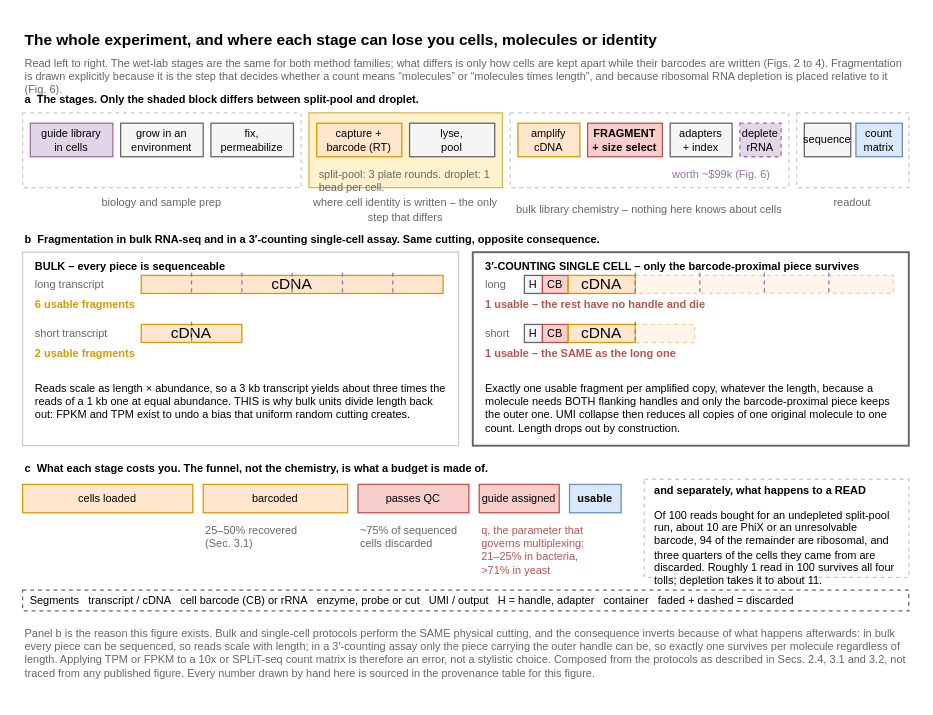
Mjvolk3/torchcell keeps this draw.io diagram as notes/assets/drawio/perturb-seq-workflow.drawio. Above is the earlier version. Source tidied: cells renumbered, new cells numbered last; positions are measured from the earlier drawing's top-left corner, leaving out a move shared by most shapes. Both pictures are drawn from the tidied source at 129%, with x=0, y=0 at pixel (22, 22).
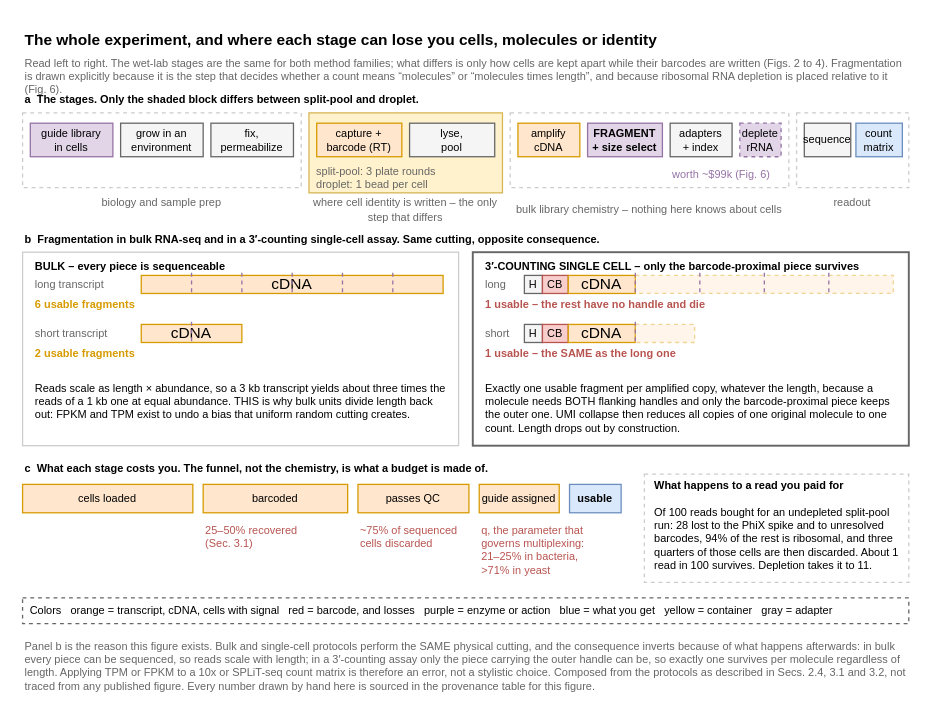
The same page after the edit.

Change to the diagram source:
```diff
@@
     <mxCell id="7" style="rounded=0;whiteSpace=wrap;html=1;fillColor=#FFF2CC;strokeColor=#D6B656;" parent="1" vertex="1">
-      <mxGeometry x="222" y="70" width="150" height="58" as="geometry" />
+      <mxGeometry x="222" y="70" width="150" height="62" as="geometry" />
     </mxCell>
@@
-    <mxCell id="19" value="FRAGMENT&#10;+ size select" style="rounded=0;whiteSpace=wrap;html=1;fillColor=#F8CECC;strokeColor=#B85450;fontFamily=Arial;fontSize=8.5;fontStyle=1;" parent="1" vertex="1">
+    <mxCell id="19" value="FRAGMENT&#10;+ size select" style="rounded=0;whiteSpace=wrap;html=1;fillColor=#E1D5E7;strokeColor=#9673A6;fontFamily=Arial;fontSize=8.5;fontStyle=1;" parent="1" vertex="1">
       <mxGeometry x="438" y="78" width="58" height="26" as="geometry" />
     </mxCell>
@@
-    <mxCell id="25" value="split-pool: 3 plate rounds. droplet: 1 bead per cell." style="text;html=1;whiteSpace=wrap;align=left;verticalAlign=top;fontFamily=Arial;fontSize=8.5;fontColor=#666666;" parent="1" vertex="1">
-      <mxGeometry x="228" y="106" width="138" height="20" as="geometry" />
+    <mxCell id="25" value="split-pool: 3 plate rounds&#10;droplet: 1 bead per cell" style="text;html=1;whiteSpace=wrap;align=left;verticalAlign=top;fontFamily=Arial;fontSize=8.5;fontColor=#666666;" parent="1" vertex="1">
+      <mxGeometry x="226" y="104" width="142" height="24" as="geometry" />
     </mxCell>
@@
-    <mxCell id="65" value="passes QC" style="rounded=0;whiteSpace=wrap;html=1;fillColor=#F8CECC;strokeColor=#B85450;fontFamily=Arial;fontSize=8.5;" parent="1" vertex="1">
+    <mxCell id="65" value="passes QC" style="rounded=0;whiteSpace=wrap;html=1;fillColor=#FFE6CC;strokeColor=#D79B00;fontFamily=Arial;fontSize=8.5;" parent="1" vertex="1">
       <mxGeometry x="260" y="358" width="86" height="22" as="geometry" />
     </mxCell>
-    <mxCell id="66" value="guide assigned" style="rounded=0;whiteSpace=wrap;html=1;fillColor=#F8CECC;strokeColor=#B85450;fontFamily=Arial;fontSize=8.5;" parent="1" vertex="1">
+    <mxCell id="66" value="guide assigned" style="rounded=0;whiteSpace=wrap;html=1;fillColor=#FFE6CC;strokeColor=#D79B00;fontFamily=Arial;fontSize=8.5;" parent="1" vertex="1">
       <mxGeometry x="354" y="358" width="62" height="22" as="geometry" />
     </mxCell>
@@
-    <mxCell id="68" value="25–50% recovered&#10;(Sec. 3.1)" style="text;html=1;whiteSpace=wrap;align=left;verticalAlign=top;fontFamily=Arial;fontSize=8.5;fontColor=#666666;" parent="1" vertex="1">
+    <mxCell id="68" value="25–50% recovered&#10;(Sec. 3.1)" style="text;html=1;whiteSpace=wrap;align=left;verticalAlign=top;fontFamily=Arial;fontSize=8.5;fontColor=#B85450;" parent="1" vertex="1">
       <mxGeometry x="140" y="382" width="112" height="22" as="geometry" />
     </mxCell>
-    <mxCell id="69" value="~75% of sequenced&#10;cells discarded" style="text;html=1;whiteSpace=wrap;align=left;verticalAlign=top;fontFamily=Arial;fontSize=8.5;fontColor=#666666;" parent="1" vertex="1">
+    <mxCell id="69" value="~75% of sequenced&#10;cells discarded" style="text;html=1;whiteSpace=wrap;align=left;verticalAlign=top;fontFamily=Arial;fontSize=8.5;fontColor=#B85450;" parent="1" vertex="1">
       <mxGeometry x="260" y="382" width="90" height="22" as="geometry" />
     </mxCell>
@@
     <mxCell id="71" style="rounded=0;whiteSpace=wrap;html=1;fillColor=none;strokeColor=#CCCCCC;dashed=1;" parent="1" vertex="1">
-      <mxGeometry x="482" y="354" width="205" height="76" as="geometry" />
+      <mxGeometry x="482" y="350" width="205" height="84" as="geometry" />
     </mxCell>
-    <mxCell id="72" value="and separately, what happens to a READ" style="text;html=1;whiteSpace=wrap;align=left;verticalAlign=middle;fontFamily=Arial;fontSize=8.5;fontStyle=1;" parent="1" vertex="1">
-      <mxGeometry x="488" y="358" width="193" height="10" as="geometry" />
+    <mxCell id="72" value="What happens to a read you paid for" style="text;html=1;whiteSpace=wrap;align=left;verticalAlign=middle;fontFamily=Arial;fontSize=8.5;fontStyle=1;" parent="1" vertex="1">
+      <mxGeometry x="488" y="354" width="193" height="10" as="geometry" />
     </mxCell>
-    <mxCell id="73" value="Of 100 reads bought for an undepleted split-pool run, about 10 are PhiX or an unresolvable barcode, 94 of the remainder are ribosomal, and three quarters of the cells they came from are discarded. Roughly 1 read in 100 survives all four tolls; depletion takes it to about 11." style="text;html=1;whiteSpace=wrap;align=left;verticalAlign=top;fontFamily=Arial;fontSize=8.5;" parent="1" vertex="1">
-      <mxGeometry x="488" y="370" width="193" height="56" as="geometry" />
+    <mxCell id="73" value="Of 100 reads bought for an undepleted split-pool run: 28 lost to the PhiX spike and to unresolved barcodes, 94% of the rest is ribosomal, and three quarters of those cells are then discarded. About 1 read in 100 survives. Depletion takes it to 11." style="text;html=1;whiteSpace=wrap;align=left;verticalAlign=top;fontFamily=Arial;fontSize=8.5;" parent="1" vertex="1">
+      <mxGeometry x="488" y="368" width="193" height="62" as="geometry" />
     </mxCell>
-    <mxCell id="74" value="Segments   transcript / cDNA   cell barcode (CB) or rRNA   enzyme, probe or cut   UMI / output   H = handle, adapter   container   faded + dashed = discarded" style="rounded=0;whiteSpace=wrap;html=1;fillColor=none;strokeColor=#666666;dashed=1;fontFamily=Arial;fontSize=8.5;align=left;verticalAlign=middle;spacingLeft=4;" parent="1" vertex="1">
-      <mxGeometry y="440" width="687" height="16" as="geometry" />
+    <mxCell id="74" value="Colors   orange = transcript, cDNA, cells with signal   red = barcode, and losses   purple = enzyme or action   blue = what you get   yellow = container   gray = adapter" style="rounded=0;whiteSpace=wrap;html=1;fillColor=none;strokeColor=#666666;dashed=1;fontFamily=Arial;fontSize=8.5;align=left;verticalAlign=middle;spacingLeft=4;" parent="1" vertex="1">
+      <mxGeometry y="446" width="687" height="20" as="geometry" />
     </mxCell>
     <mxCell id="75" value="Panel b is the reason this figure exists. Bulk and single-cell protocols perform the SAME physical cutting, and the consequence inverts because of what happens afterwards: in bulk every piece can be sequenced, so reads scale with length; in a 3′-counting assay only the piece carrying the outer handle can be, so exactly one survives per molecule regardless of length. Applying TPM or FPKM to a 10x or SPLiT-seq count matrix is therefore an error, not a stylistic choice. Composed from the protocols as described in Secs. 2.4, 3.1 and 3.2, not traced from any published figure. Every number drawn by hand here is sourced in the provenance table for this figure." style="text;html=1;whiteSpace=wrap;align=left;verticalAlign=top;fontFamily=Arial;fontSize=8.5;fontColor=#666666;" parent="1" vertex="1">
-      <mxGeometry y="462" width="687" height="46" as="geometry" />
+      <mxGeometry y="472" width="687" height="46" as="geometry" />
     </mxCell>
```
